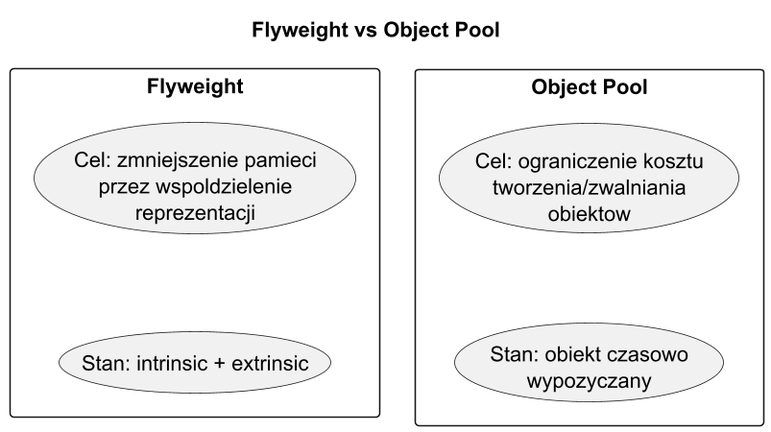
Earlier version of the PlantUML export src/11-pylek/06-kiedy-stosowac-i-alternatywy/diagrams/flyweight_vs_pool.png (tborzyszkowski/DesignPatterns). The source it was exported from:
```plantuml
@startuml flyweight_vs_pool
title Flyweight vs Object Pool

skinparam monochrome true
skinparam dpi 150

rectangle "Flyweight" {
  usecase "Cel: zmniejszenie pamieci\nprzez wspoldzielenie\nreprezentacji" as F1
  usecase "Stan: intrinsic + extrinsic" as F2
}

rectangle "Object Pool" {
  usecase "Cel: ograniczenie kosztu\ntworzenia/zwalniania\nobiektow" as P1
  usecase "Stan: obiekt czasowo\nwypozyczany" as P2
}

F1 -[hidden]- F2
P1 -[hidden]- P2

@enduml
```
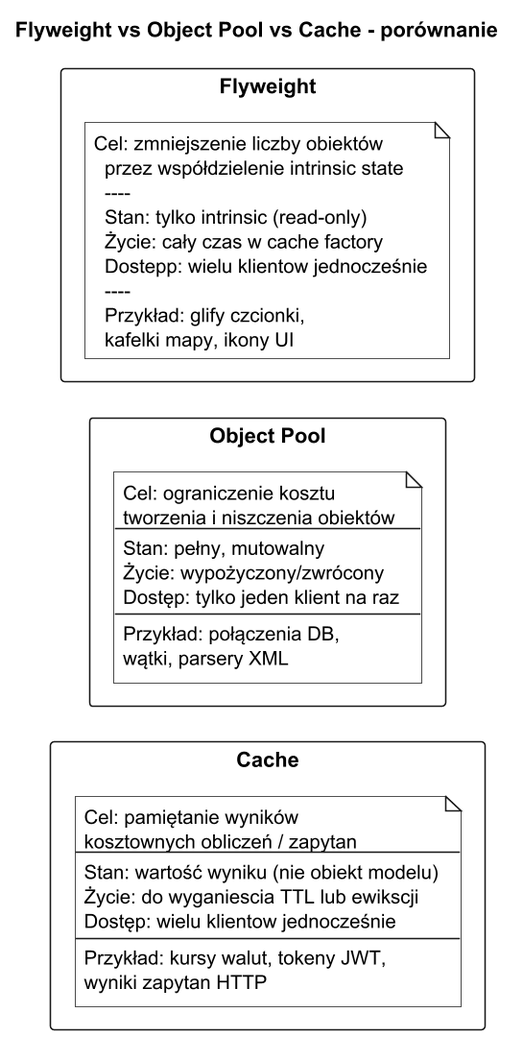
Above is the later version.

Change to the diagram source:
```diff
@@ -1,20 +1,52 @@
 @startuml flyweight_vs_pool
-title Flyweight vs Object Pool
+title Flyweight vs Object Pool vs Cache - porównanie
 
 skinparam monochrome true
 skinparam dpi 150
 
 rectangle "Flyweight" {
-  usecase "Cel: zmniejszenie pamieci\nprzez wspoldzielenie\nreprezentacji" as F1
-  usecase "Stan: intrinsic + extrinsic" as F2
+    note as F1
+    Cel: zmniejszenie liczby obiektów
+      przez współdzielenie intrinsic state
+      ----
+      Stan: tylko intrinsic (read-only)
+      Życie: cały czas w cache factory
+      Dostepp: wielu klientow jednocześnie
+      ----
+      Przykład: glify czcionki,
+      kafelki mapy, ikony UI
+    end note
 }
 
 rectangle "Object Pool" {
-  usecase "Cel: ograniczenie kosztu\ntworzenia/zwalniania\nobiektow" as P1
-  usecase "Stan: obiekt czasowo\nwypozyczany" as P2
+    note as P1
+      Cel: ograniczenie kosztu
+      tworzenia i niszczenia obiektów
+      ----
+      Stan: pełny, mutowalny
+      Życie: wypożyczony/zwrócony
+      Dostęp: tylko jeden klient na raz
+      ----
+      Przykład: połączenia DB,
+      wątki, parsery XML
+    end note
 }
 
-F1 -[hidden]- F2
-P1 -[hidden]- P2
+rectangle "Cache" {
+    note as C1
+      Cel: pamiętanie wyników
+      kosztownych obliczeń / zapytan
+      ----
+      Stan: wartość wyniku (nie obiekt modelu)
+      Życie: do wyganiescia TTL lub ewikscji
+      Dostęp: wielu klientow jednocześnie
+      ----
+      Przykład: kursy walut, tokeny JWT,
+      wyniki zapytan HTTP
+    end note
+}
+
+F1 -[hidden]- P1
+P1 -[hidden]- C1
 
 @enduml
```
